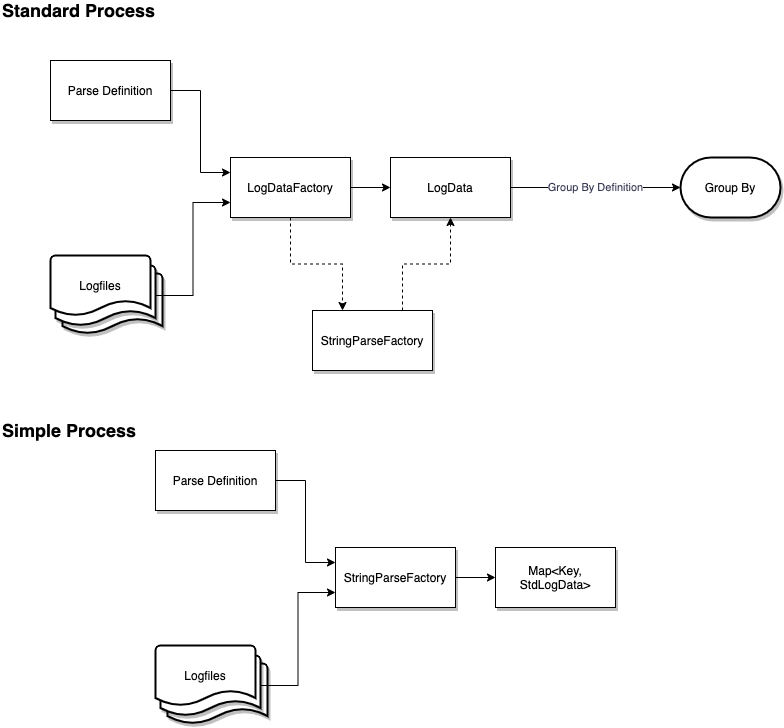
Before: diagrams/Log_Parser-Processes.png, a diagram exported from draw.io (adobe/log-parser). Source tidied: cells renumbered, new cells last; positions are measured from the earlier drawing's top-left corner, leaving out a move shared by most shapes.
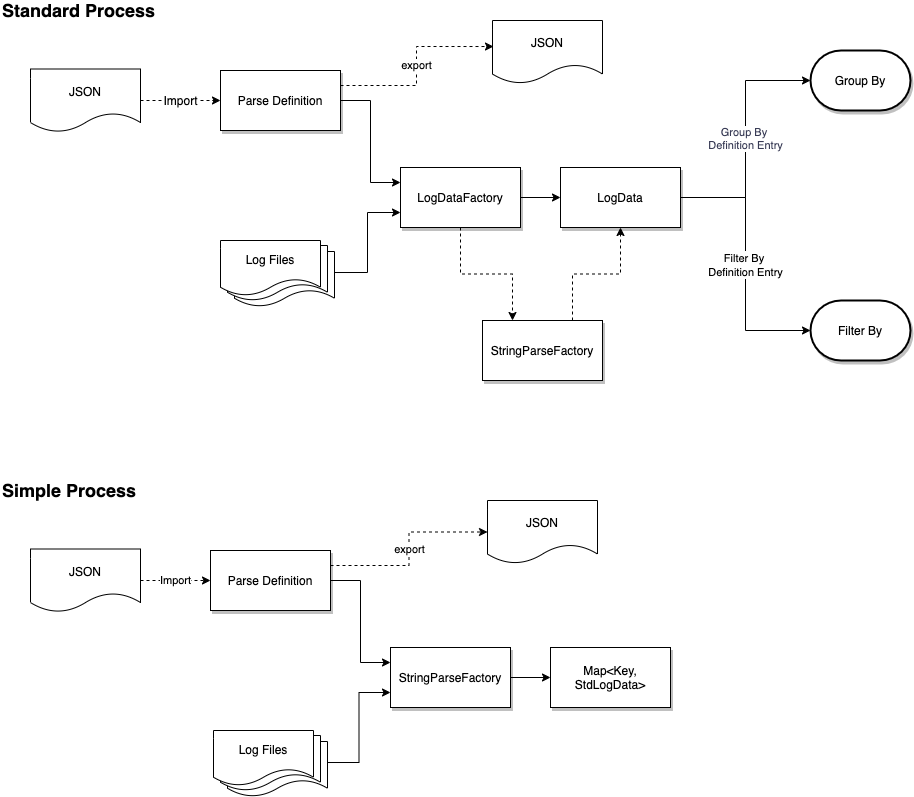
After the commit.

The edit, as a diff of the source:
```diff
@@ -5,83 +5,68 @@
     <mxCell id="2" style="edgeStyle=orthogonalEdgeStyle;rounded=0;jettySize=auto;html=1;exitX=1;exitY=0.5;exitDx=0;exitDy=0;entryX=0;entryY=0.25;entryDx=0;entryDy=0;labelBackgroundColor=#FFFFFF;fontColor=#393C56;" parent="1" edge="1" source="3" target="9">
       <mxGeometry relative="1" as="geometry" />
     </mxCell>
+    <mxCell id="31" value="export" style="edgeStyle=orthogonalEdgeStyle;rounded=0;jettySize=auto;html=1;exitX=1;exitY=0.25;exitDx=0;exitDy=0;entryX=0.009;entryY=0.413;entryDx=0;entryDy=0;entryPerimeter=0;dashed=1;labelBackgroundColor=#FFFFFF;strokeColor=#000000;fontSize=11;" parent="1" edge="1" source="3" target="48">
+      <mxGeometry relative="1" as="geometry" />
+    </mxCell>
     <mxCell id="3" value="Parse Definition" style="rounded=0;whiteSpace=wrap;html=1;shadow=1;labelBackgroundColor=#FFFFFF;" parent="1" vertex="1">
-      <mxGeometry x="50" y="60" width="120" height="60" as="geometry" />
+      <mxGeometry x="220" y="70" width="120" height="60" as="geometry" />
     </mxCell>
-    <mxCell id="4" style="group;labelBackgroundColor=#FFFFFF;" parent="1" vertex="1">
-      <mxGeometry x="50" y="255" width="112" height="78" as="geometry" />
-    </mxCell>
-    <mxCell id="5" style="strokeWidth=2;html=1;shape=mxgraph.flowchart.document2;whiteSpace=wrap;size=0.25;shadow=1;labelBackgroundColor=#FFFFFF;" parent="4" vertex="1">
-      <mxGeometry x="12" y="18" width="100" height="60" as="geometry" />
-    </mxCell>
-    <mxCell id="6" style="strokeWidth=2;html=1;shape=mxgraph.flowchart.document2;whiteSpace=wrap;size=0.25;shadow=1;labelBackgroundColor=#FFFFFF;" parent="4" vertex="1">
-      <mxGeometry x="5" y="10" width="100" height="60" as="geometry" />
-    </mxCell>
-    <mxCell id="7" value="Logfiles" style="strokeWidth=2;html=1;shape=mxgraph.flowchart.document2;whiteSpace=wrap;size=0.25;labelBackgroundColor=#FFFFFF;" parent="4" vertex="1">
-      <mxGeometry width="100" height="60" as="geometry" />
-    </mxCell>
     <mxCell id="8" style="edgeStyle=orthogonalEdgeStyle;rounded=0;jettySize=auto;html=1;exitX=1;exitY=0.5;exitDx=0;exitDy=0;entryX=0;entryY=0.5;entryDx=0;entryDy=0;fontColor=#393C56;labelBackgroundColor=#FFFFFF;" parent="1" edge="1" source="9" target="13">
       <mxGeometry relative="1" as="geometry" />
     </mxCell>
     <mxCell id="9" value="LogDataFactory" style="rounded=0;whiteSpace=wrap;html=1;shadow=1;labelBackgroundColor=#FFFFFF;" parent="1" vertex="1">
-      <mxGeometry x="230" y="157" width="120" height="60" as="geometry" />
+      <mxGeometry x="400" y="167" width="120" height="60" as="geometry" />
     </mxCell>
-    <mxCell id="10" value="Group By Definition" style="edgeStyle=orthogonalEdgeStyle;rounded=0;jettySize=auto;html=1;exitX=1;exitY=0.5;exitDx=0;exitDy=0;entryX=0;entryY=0.5;entryDx=0;entryDy=0;entryPerimeter=0;fontColor=#393C56;labelBackgroundColor=#FFFFFF;" parent="1" edge="1" source="13" target="12">
+    <mxCell id="10" value="Group By &lt;br&gt;Definition Entry" style="edgeStyle=orthogonalEdgeStyle;rounded=0;jettySize=auto;html=1;exitX=1;exitY=0.5;exitDx=0;exitDy=0;entryX=0;entryY=0.5;entryDx=0;entryDy=0;entryPerimeter=0;fontColor=#393C56;labelBackgroundColor=#FFFFFF;" parent="1" edge="1" source="13" target="12">
       <mxGeometry relative="1" as="geometry" />
     </mxCell>
     <mxCell id="11" style="edgeStyle=orthogonalEdgeStyle;rounded=0;orthogonalLoop=1;jettySize=auto;html=1;exitX=0.5;exitY=1;exitDx=0;exitDy=0;labelBackgroundColor=#FFFFFF;fontColor=#393C56;" parent="1" edge="1">
       <mxGeometry relative="1" as="geometry">
-        <mxPoint x="470" y="222" as="sourcePoint" />
-        <mxPoint x="470" y="222" as="targetPoint" />
+        <mxPoint x="640" y="232" as="sourcePoint" />
+        <mxPoint x="640" y="232" as="targetPoint" />
       </mxGeometry>
     </mxCell>
     <mxCell id="12" value="Group By" style="strokeWidth=2;html=1;shape=mxgraph.flowchart.terminator;whiteSpace=wrap;shadow=1;labelBackgroundColor=#FFFFFF;" parent="1" vertex="1">
-      <mxGeometry x="680" y="157" width="100" height="60" as="geometry" />
+      <mxGeometry x="810" y="50" width="100" height="60" as="geometry" />
     </mxCell>
+    <mxCell id="32" value="&lt;font style=&quot;font-size: 11px&quot;&gt;Filter By &lt;br&gt;Definition Entry&lt;/font&gt;" style="edgeStyle=orthogonalEdgeStyle;rounded=0;jettySize=auto;html=1;exitX=1;exitY=0.5;exitDx=0;exitDy=0;entryX=0;entryY=0.5;entryDx=0;entryDy=0;entryPerimeter=0;labelBackgroundColor=#FFFFFF;strokeColor=#000000;fontSize=12;" parent="1" edge="1" source="13" target="46">
+      <mxGeometry relative="1" as="geometry" />
+    </mxCell>
     <mxCell id="13" value="LogData" style="rounded=0;whiteSpace=wrap;html=1;shadow=1;labelBackgroundColor=#FFFFFF;" parent="1" vertex="1">
-      <mxGeometry x="390" y="157" width="120" height="60" as="geometry" />
+      <mxGeometry x="560" y="167" width="120" height="60" as="geometry" />
     </mxCell>
-    <mxCell id="14" style="edgeStyle=orthogonalEdgeStyle;rounded=0;jettySize=auto;html=1;exitX=1;exitY=0.5;exitDx=0;exitDy=0;exitPerimeter=0;entryX=0;entryY=0.75;entryDx=0;entryDy=0;fontColor=#393C56;labelBackgroundColor=#FFFFFF;" parent="1" edge="1" source="6" target="9">
+    <mxCell id="14" style="edgeStyle=orthogonalEdgeStyle;rounded=0;jettySize=auto;html=1;entryX=0;entryY=0.75;entryDx=0;entryDy=0;fontColor=#393C56;labelBackgroundColor=#FFFFFF;exitX=1;exitY=0.382;exitDx=0;exitDy=0;exitPerimeter=0;" parent="1" edge="1" source="35" target="9">
       <mxGeometry relative="1" as="geometry" />
     </mxCell>
     <mxCell id="15" style="edgeStyle=orthogonalEdgeStyle;rounded=0;jettySize=auto;html=1;exitX=1;exitY=0.5;exitDx=0;exitDy=0;entryX=0;entryY=0.25;entryDx=0;entryDy=0;labelBackgroundColor=#FFFFFF;fontColor=#393C56;" parent="1" edge="1" source="16" target="22">
       <mxGeometry relative="1" as="geometry" />
     </mxCell>
+    <mxCell id="33" value="export" style="edgeStyle=orthogonalEdgeStyle;rounded=0;jettySize=auto;html=1;exitX=1;exitY=0.25;exitDx=0;exitDy=0;entryX=0;entryY=0.5;entryDx=0;entryDy=0;dashed=1;labelBackgroundColor=#FFFFFF;strokeColor=#000000;fontSize=11;" parent="1" edge="1" source="16" target="47">
+      <mxGeometry relative="1" as="geometry" />
+    </mxCell>
     <mxCell id="16" value="Parse Definition" style="rounded=0;whiteSpace=wrap;html=1;shadow=1;labelBackgroundColor=#FFFFFF;" parent="1" vertex="1">
-      <mxGeometry x="155" y="450" width="120" height="60" as="geometry" />
+      <mxGeometry x="210" y="550" width="120" height="60" as="geometry" />
     </mxCell>
-    <mxCell id="17" style="group;labelBackgroundColor=#FFFFFF;" parent="1" vertex="1">
-      <mxGeometry x="155" y="645" width="112" height="78" as="geometry" />
-    </mxCell>
-    <mxCell id="18" style="strokeWidth=2;html=1;shape=mxgraph.flowchart.document2;whiteSpace=wrap;size=0.25;shadow=1;labelBackgroundColor=#FFFFFF;" parent="17" vertex="1">
-      <mxGeometry x="12" y="18" width="100" height="60" as="geometry" />
-    </mxCell>
-    <mxCell id="19" style="strokeWidth=2;html=1;shape=mxgraph.flowchart.document2;whiteSpace=wrap;size=0.25;shadow=1;labelBackgroundColor=#FFFFFF;" parent="17" vertex="1">
-      <mxGeometry x="5" y="10" width="100" height="60" as="geometry" />
-    </mxCell>
-    <mxCell id="20" value="Logfiles" style="strokeWidth=2;html=1;shape=mxgraph.flowchart.document2;whiteSpace=wrap;size=0.25;labelBackgroundColor=#FFFFFF;" parent="17" vertex="1">
-      <mxGeometry width="100" height="60" as="geometry" />
-    </mxCell>
     <mxCell id="21" style="edgeStyle=orthogonalEdgeStyle;rounded=0;jettySize=auto;html=1;exitX=1;exitY=0.5;exitDx=0;exitDy=0;entryX=0;entryY=0.5;entryDx=0;entryDy=0;fontColor=#393C56;labelBackgroundColor=#FFFFFF;" parent="1" edge="1" source="22" target="24">
       <mxGeometry relative="1" as="geometry" />
     </mxCell>
     <mxCell id="22" value="StringParseFactory" style="rounded=0;whiteSpace=wrap;html=1;shadow=1;labelBackgroundColor=#FFFFFF;" parent="1" vertex="1">
-      <mxGeometry x="335" y="547" width="120" height="60" as="geometry" />
+      <mxGeometry x="390" y="647" width="120" height="60" as="geometry" />
     </mxCell>
     <mxCell id="23" style="edgeStyle=orthogonalEdgeStyle;rounded=0;orthogonalLoop=1;jettySize=auto;html=1;exitX=0.5;exitY=1;exitDx=0;exitDy=0;labelBackgroundColor=#FFFFFF;fontColor=#393C56;" parent="1" edge="1">
       <mxGeometry relative="1" as="geometry">
-        <mxPoint x="575" y="612" as="sourcePoint" />
-        <mxPoint x="575" y="612" as="targetPoint" />
+        <mxPoint x="525" y="692" as="sourcePoint" />
+        <mxPoint x="525" y="692" as="targetPoint" />
       </mxGeometry>
     </mxCell>
     <mxCell id="24" value="Map&amp;lt;Key, StdLogData&amp;gt;" style="rounded=0;whiteSpace=wrap;html=1;shadow=1;labelBackgroundColor=#FFFFFF;" parent="1" vertex="1">
-      <mxGeometry x="495" y="547" width="120" height="60" as="geometry" />
+      <mxGeometry x="550" y="647" width="120" height="60" as="geometry" />
     </mxCell>
-    <mxCell id="25" style="edgeStyle=orthogonalEdgeStyle;rounded=0;jettySize=auto;html=1;exitX=1;exitY=0.5;exitDx=0;exitDy=0;exitPerimeter=0;entryX=0;entryY=0.75;entryDx=0;entryDy=0;fontColor=#393C56;labelBackgroundColor=#FFFFFF;" parent="1" edge="1" source="19" target="22">
+    <mxCell id="25" style="edgeStyle=orthogonalEdgeStyle;rounded=0;jettySize=auto;html=1;entryX=0;entryY=0.75;entryDx=0;entryDy=0;fontColor=#393C56;labelBackgroundColor=#FFFFFF;exitX=0.99;exitY=0.382;exitDx=0;exitDy=0;exitPerimeter=0;" parent="1" edge="1" source="39" target="22">
       <mxGeometry relative="1" as="geometry" />
     </mxCell>
     <mxCell id="26" value="StringParseFactory" style="rounded=0;whiteSpace=wrap;html=1;shadow=1;labelBackgroundColor=#FFFFFF;" parent="1" vertex="1">
-      <mxGeometry x="312" y="310" width="120" height="60" as="geometry" />
+      <mxGeometry x="482" y="320" width="120" height="60" as="geometry" />
     </mxCell>
     <mxCell id="27" style="edgeStyle=orthogonalEdgeStyle;rounded=0;jettySize=auto;html=1;exitX=0.5;exitY=1;exitDx=0;exitDy=0;fontColor=#393C56;labelBackgroundColor=#FFFFFF;entryX=0.25;entryY=0;entryDx=0;entryDy=0;dashed=1;" parent="1" edge="1" source="9" target="26">
       <mxGeometry relative="1" as="geometry" />
@@ -90,10 +75,55 @@
       <mxGeometry relative="1" as="geometry" />
     </mxCell>
     <mxCell id="29" value="Simple Process" style="text;html=1;align=left;verticalAlign=middle;whiteSpace=wrap;rounded=0;fontSize=18;fontStyle=1;labelBackgroundColor=#FFFFFF;" parent="1" vertex="1">
-      <mxGeometry y="420" width="220" height="20" as="geometry" />
+      <mxGeometry y="480" width="220" height="20" as="geometry" />
     </mxCell>
     <mxCell id="30" value="Standard Process" style="text;html=1;align=left;verticalAlign=middle;whiteSpace=wrap;rounded=0;fontSize=18;fontStyle=1;labelBackgroundColor=#FFFFFF;" parent="1" vertex="1">
       <mxGeometry width="220" height="20" as="geometry" />
     </mxCell>
+    <mxCell id="34" style="group;" parent="1" vertex="1">
+      <mxGeometry x="220" y="240" width="114" height="66" as="geometry" />
+    </mxCell>
+    <mxCell id="35" style="shape=document;whiteSpace=wrap;html=1;boundedLbl=1;labelBackgroundColor=#FFFFFF;strokeColor=#000000;fillColor=#FFFFFF;fontSize=18;align=left;" parent="34" vertex="1">
+      <mxGeometry x="14" y="11" width="100" height="55" as="geometry" />
+    </mxCell>
+    <mxCell id="36" style="shape=document;whiteSpace=wrap;html=1;boundedLbl=1;labelBackgroundColor=#FFFFFF;strokeColor=#000000;fillColor=#FFFFFF;fontSize=18;align=left;" parent="34" vertex="1">
+      <mxGeometry x="7" y="5" width="100" height="55" as="geometry" />
+    </mxCell>
+    <mxCell id="37" value="Log Files" style="shape=document;whiteSpace=wrap;html=1;boundedLbl=1;labelBackgroundColor=#FFFFFF;strokeColor=#000000;fillColor=#FFFFFF;fontSize=12;align=center;" parent="34" vertex="1">
+      <mxGeometry width="100" height="55" as="geometry" />
+    </mxCell>
+    <mxCell id="38" style="group;" parent="1" vertex="1">
+      <mxGeometry x="213" y="730" width="114" height="66" as="geometry" />
+    </mxCell>
+    <mxCell id="39" style="shape=document;whiteSpace=wrap;html=1;boundedLbl=1;labelBackgroundColor=#FFFFFF;strokeColor=#000000;fillColor=#FFFFFF;fontSize=18;align=left;" parent="38" vertex="1">
+      <mxGeometry x="14" y="11" width="100" height="55" as="geometry" />
+    </mxCell>
+    <mxCell id="40" style="shape=document;whiteSpace=wrap;html=1;boundedLbl=1;labelBackgroundColor=#FFFFFF;strokeColor=#000000;fillColor=#FFFFFF;fontSize=18;align=left;" parent="38" vertex="1">
+      <mxGeometry x="7" y="5" width="100" height="55" as="geometry" />
+    </mxCell>
+    <mxCell id="41" value="Log Files" style="shape=document;whiteSpace=wrap;html=1;boundedLbl=1;labelBackgroundColor=#FFFFFF;strokeColor=#000000;fillColor=#FFFFFF;fontSize=12;align=center;" parent="38" vertex="1">
+      <mxGeometry width="100" height="55" as="geometry" />
+    </mxCell>
+    <mxCell id="42" value="Import" style="edgeStyle=orthogonalEdgeStyle;rounded=0;jettySize=auto;html=1;exitX=1;exitY=0.5;exitDx=0;exitDy=0;entryX=0;entryY=0.5;entryDx=0;entryDy=0;labelBackgroundColor=#FFFFFF;strokeColor=#000000;fontSize=12;dashed=1;" parent="1" edge="1" source="43" target="3">
+      <mxGeometry relative="1" as="geometry" />
+    </mxCell>
+    <mxCell id="43" value="JSON" style="shape=document;whiteSpace=wrap;html=1;boundedLbl=1;labelBackgroundColor=#FFFFFF;strokeColor=#000000;fillColor=#FFFFFF;fontSize=12;align=center;" parent="1" vertex="1">
+      <mxGeometry x="30" y="68.5" width="110" height="63" as="geometry" />
+    </mxCell>
+    <mxCell id="44" value="Import" style="edgeStyle=orthogonalEdgeStyle;rounded=0;jettySize=auto;html=1;exitX=1;exitY=0.5;exitDx=0;exitDy=0;entryX=0;entryY=0.5;entryDx=0;entryDy=0;labelBackgroundColor=#FFFFFF;strokeColor=#000000;fontSize=11;dashed=1;" parent="1" edge="1" source="45" target="16">
+      <mxGeometry relative="1" as="geometry" />
+    </mxCell>
+    <mxCell id="45" value="JSON" style="shape=document;whiteSpace=wrap;html=1;boundedLbl=1;labelBackgroundColor=#FFFFFF;strokeColor=#000000;fillColor=#FFFFFF;fontSize=12;align=center;" parent="1" vertex="1">
+      <mxGeometry x="30" y="548.5" width="110" height="63" as="geometry" />
+    </mxCell>
+    <mxCell id="46" value="Filter By" style="strokeWidth=2;html=1;shape=mxgraph.flowchart.terminator;whiteSpace=wrap;shadow=1;labelBackgroundColor=#FFFFFF;" parent="1" vertex="1">
+      <mxGeometry x="810" y="300" width="100" height="60" as="geometry" />
+    </mxCell>
+    <mxCell id="47" value="JSON" style="shape=document;whiteSpace=wrap;html=1;boundedLbl=1;labelBackgroundColor=#FFFFFF;strokeColor=#000000;fillColor=#FFFFFF;fontSize=12;align=center;" parent="1" vertex="1">
+      <mxGeometry x="487" y="500" width="110" height="63" as="geometry" />
+    </mxCell>
+    <mxCell id="48" value="JSON" style="shape=document;whiteSpace=wrap;html=1;boundedLbl=1;labelBackgroundColor=#FFFFFF;strokeColor=#000000;fillColor=#FFFFFF;fontSize=12;align=center;" parent="1" vertex="1">
+      <mxGeometry x="492" y="20" width="110" height="63" as="geometry" />
+    </mxCell>
   </root>
 </mxGraphModel>
```
